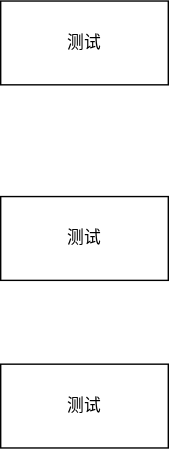
HaloBoys/Diagrams keeps this draw.io diagram as 金蝶云星空晶扬科技各部门工作流.drawio.svg. Above is the earlier version. Source tidied: cells renumbered, new cells last; positions are measured from the earlier drawing's top-left corner, leaving out a move shared by most shapes.
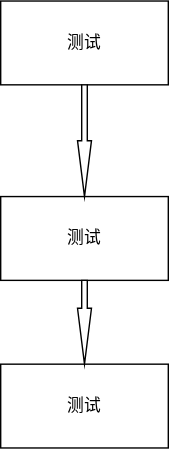
After the commit.

Commit message:
更新金蝶云星空晶扬科技各部门工作流.drawio.svg

The edit, as a diff of the source:
```diff
@@ -11,5 +11,11 @@
     <mxCell id="4" value="测试" style="rounded=0;whiteSpace=wrap;html=1;" parent="1" vertex="1">
       <mxGeometry y="260" width="120" height="60" as="geometry" />
     </mxCell>
+    <mxCell id="5" style="html=1;shadow=0;dashed=0;align=center;verticalAlign=middle;shape=mxgraph.arrows2.arrow;dy=0.6;dx=40;direction=south;notch=0;" parent="1" vertex="1">
+      <mxGeometry x="55" y="60" width="10" height="80" as="geometry" />
+    </mxCell>
+    <mxCell id="6" style="html=1;shadow=0;dashed=0;align=center;verticalAlign=middle;shape=mxgraph.arrows2.arrow;dy=0.6;dx=40;direction=south;notch=0;" parent="1" vertex="1">
+      <mxGeometry x="55" y="200" width="10" height="60" as="geometry" />
+    </mxCell>
   </root>
 </mxGraphModel>
```
